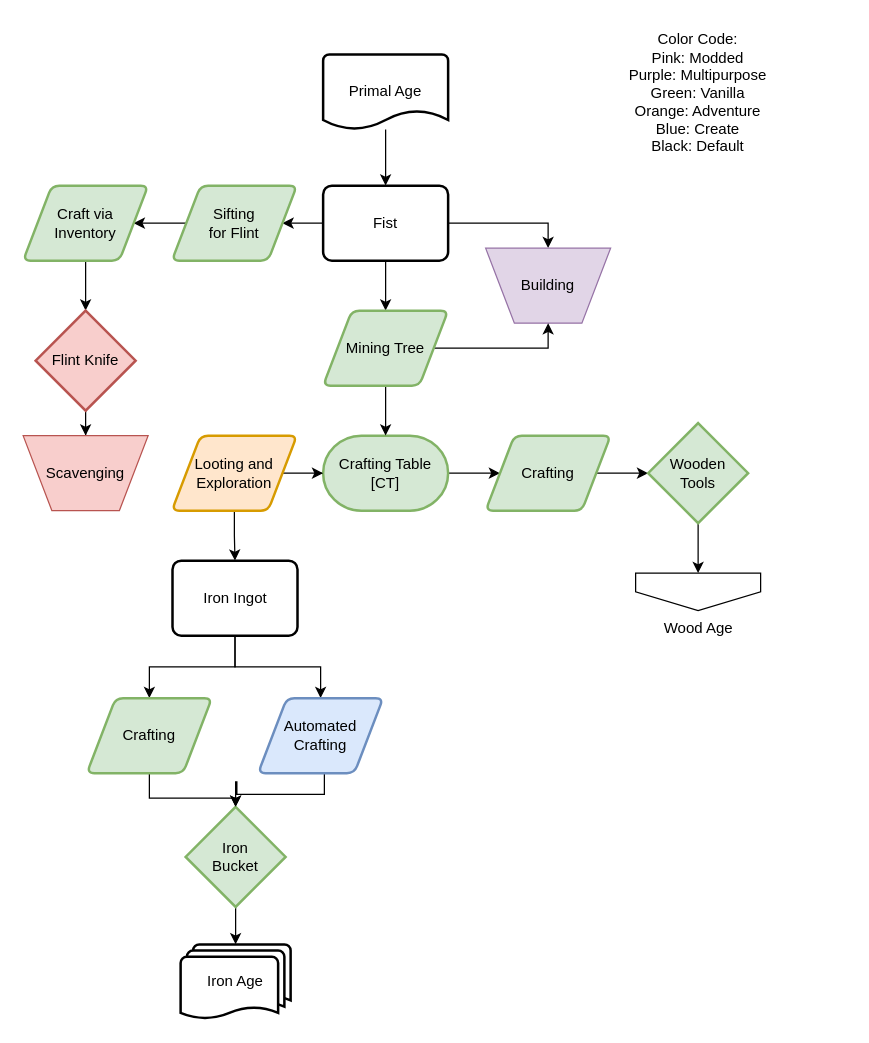
MeepishRealms/Cog keeps this draw.io diagram as page "Example" (2 of 7) of flowcharts/progression.drawio. Above is the earlier version. Source tidied: cells renumbered, new cells numbered last; positions are measured from the earlier drawing's top-left corner, leaving out a move shared by most shapes. Both pictures are drawn from the tidied source at 125%, with x=0, y=0 at pixel (22, 54).
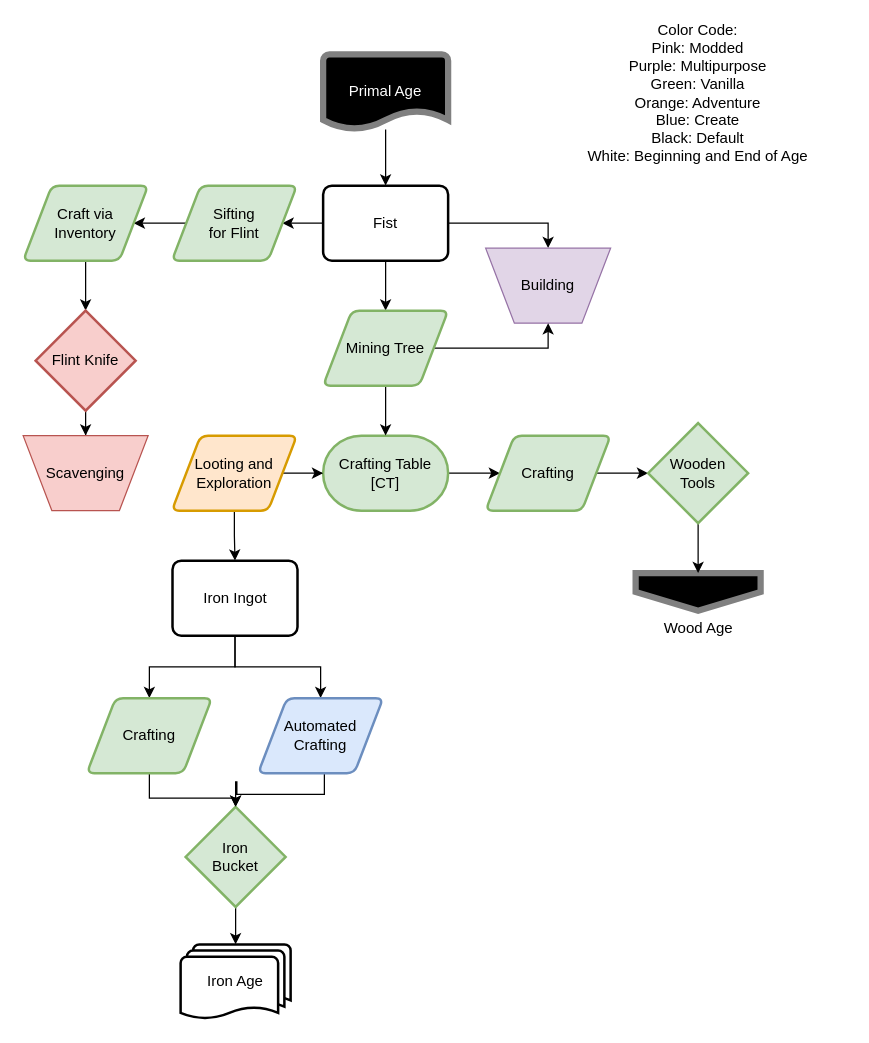
The same page after the edit.

What changed in the source:
```diff
@@
-    <mxCell id="7" value="Primal Age" style="strokeWidth=2;html=1;shape=mxgraph.flowchart.document2;whiteSpace=wrap;size=0.25;" parent="1" vertex="1">
+    <mxCell id="7" value="Primal Age" style="strokeWidth=5;html=1;shape=mxgraph.flowchart.document2;whiteSpace=wrap;size=0.25;fillColor=#000000;strokeColor=#808080;fontColor=#FFFFFF;" parent="1" vertex="1">
       <mxGeometry x="240" width="100" height="60" as="geometry" />
     </mxCell>
-    <mxCell id="8" value="Wood Age" style="verticalLabelPosition=bottom;verticalAlign=top;html=1;shape=offPageConnector;rounded=0;size=0.5;" parent="1" vertex="1">
+    <mxCell id="8" value="Wood Age" style="verticalLabelPosition=bottom;verticalAlign=top;html=1;shape=offPageConnector;rounded=0;size=0.5;fillColor=#000000;strokeColor=#808080;strokeWidth=5;" parent="1" vertex="1">
       <mxGeometry x="490" y="415" width="100" height="30" as="geometry" />
     </mxCell>
@@
-    <mxCell id="11" value="Color Code:&lt;br&gt;Pink: Modded&lt;br&gt;Purple: Multipurpose&lt;br&gt;Green: Vanilla&lt;br&gt;Orange: Adventure&lt;br&gt;Blue: Create&lt;br&gt;Black: Default" style="text;html=1;strokeColor=none;fillColor=none;align=center;verticalAlign=middle;whiteSpace=wrap;rounded=0;" parent="1" vertex="1">
+    <mxCell id="11" value="Color Code:&lt;br&gt;Pink: Modded&lt;br&gt;Purple: Multipurpose&lt;br&gt;Green: Vanilla&lt;br&gt;Orange: Adventure&lt;br&gt;Blue: Create&lt;br&gt;Black: Default&lt;br&gt;White: Beginning and End of Age" style="text;html=1;strokeColor=none;fillColor=none;align=center;verticalAlign=middle;whiteSpace=wrap;rounded=0;" parent="1" vertex="1">
       <mxGeometry x="420" y="16" width="240" height="30" as="geometry" />
     </mxCell>
```
